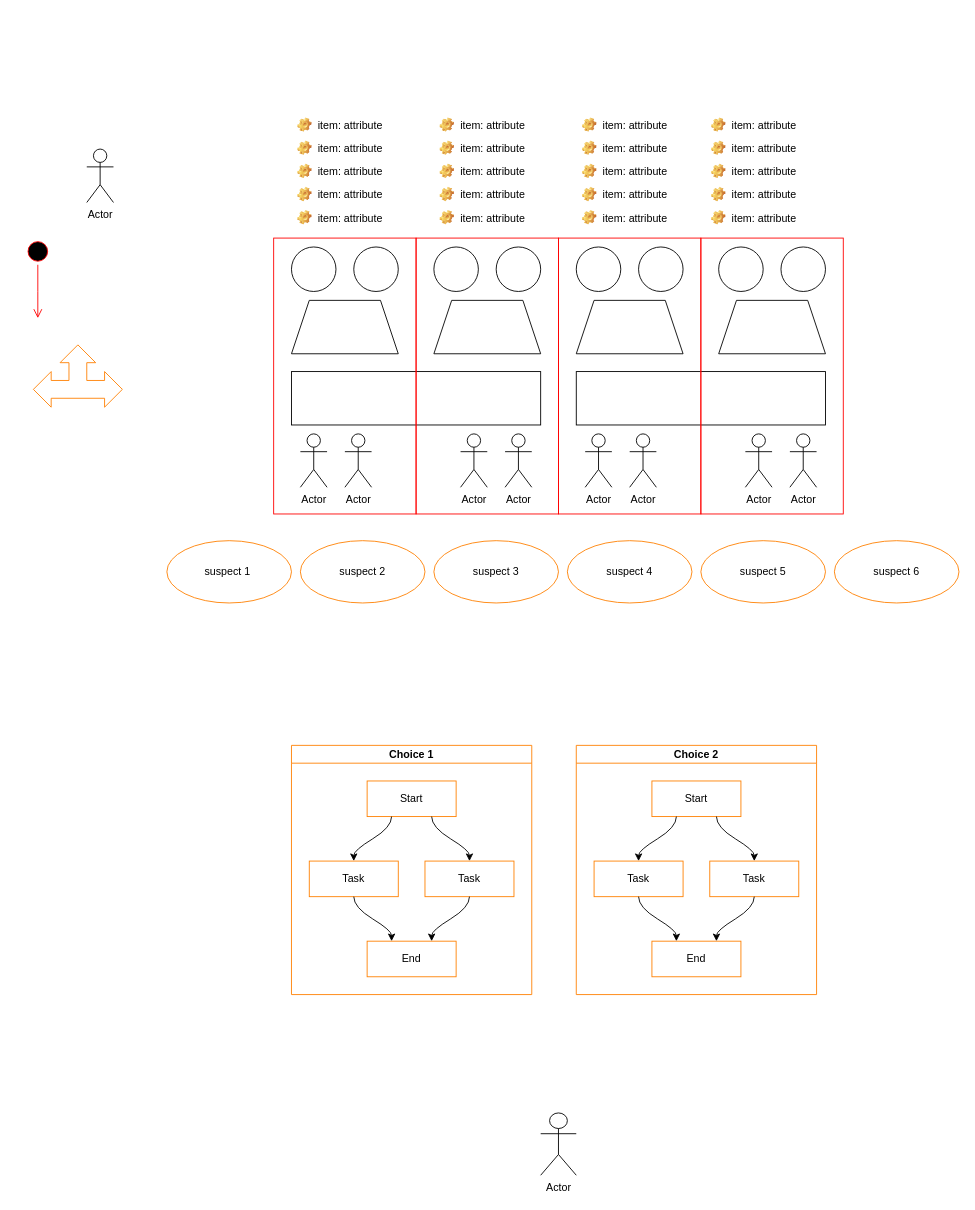
Earlier version of the draw.io diagram Untitled Diagram.drawio (schuyler-j/projects). Source tidied: cells renumbered, new cells numbered last; positions are measured from the earlier drawing's top-left corner, leaving out a move shared by most shapes. Both pictures are drawn from the tidied source at 89%, with x=0, y=0 at pixel (24, 113).
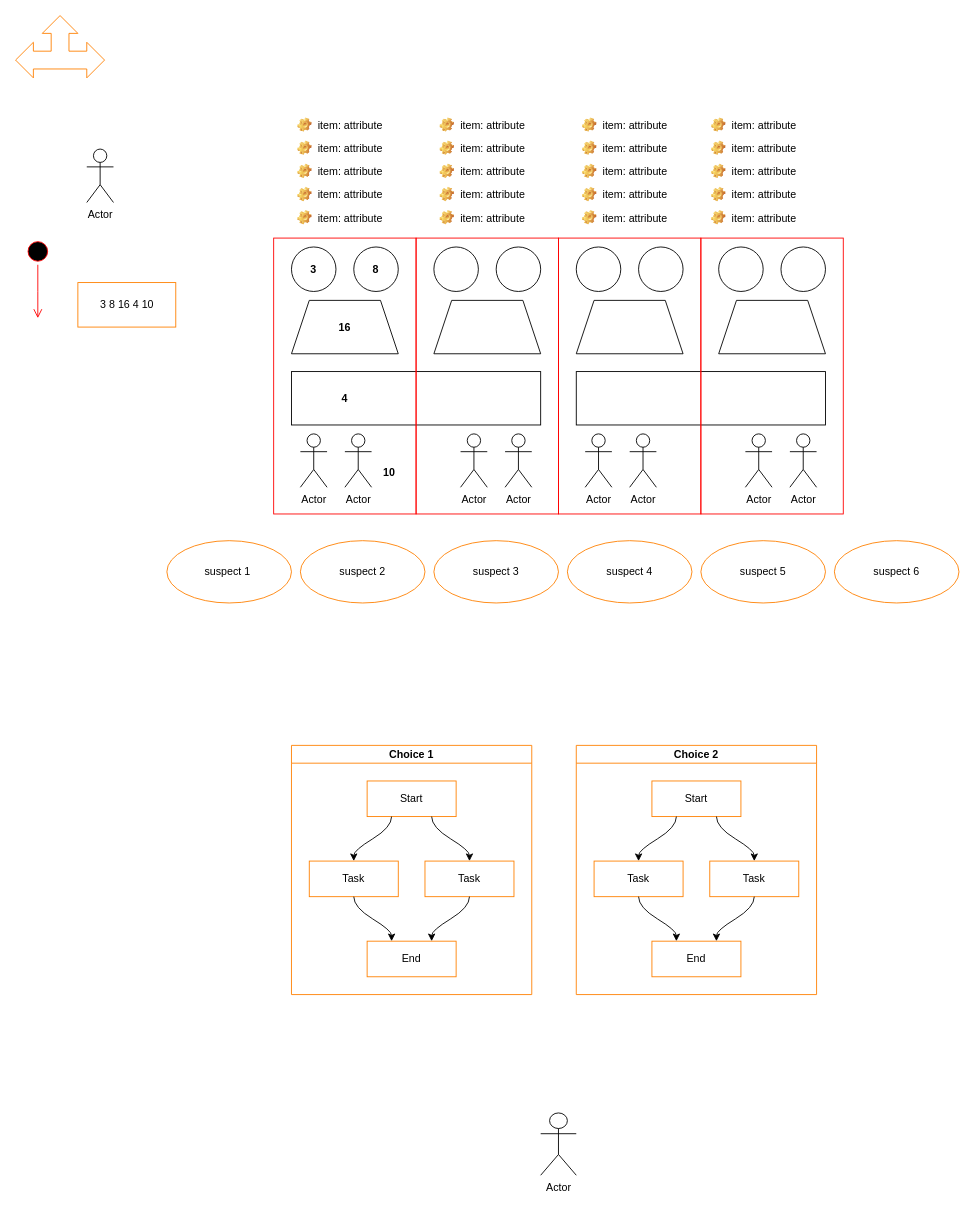
The same diagram, later.

The edit, as a diff of the source:
```diff
@@
     <mxCell id="48" style="html=1;shadow=0;dashed=0;align=center;verticalAlign=middle;shape=mxgraph.arrows2.triadArrow;dy=10;dx=20;arrowHead=40;strokeColor=#FF8000;fillColor=none;" parent="1" vertex="1">
-      <mxGeometry x="10" y="260" width="100" height="70" as="geometry" />
+      <mxGeometry x="-10" y="-110" width="100" height="70" as="geometry" />
     </mxCell>
@@
+    <mxCell id="77" value="3 8 16 4 10" style="html=1;strokeColor=#FF8000;fillColor=none;" parent="1" vertex="1">
+      <mxGeometry x="60" y="190" width="110" height="50" as="geometry" />
+    </mxCell>
+    <mxCell id="78" value="3" style="text;align=center;fontStyle=1;verticalAlign=middle;spacingLeft=3;spacingRight=3;strokeColor=none;fillColor=none;" parent="1" vertex="1">
+      <mxGeometry x="285" y="162" width="80" height="26" as="geometry" />
+    </mxCell>
+    <mxCell id="79" value="8" style="text;align=center;fontStyle=1;verticalAlign=middle;spacingLeft=3;spacingRight=3;strokeColor=none;fillColor=none;" parent="1" vertex="1">
+      <mxGeometry x="355" y="162" width="80" height="26" as="geometry" />
+    </mxCell>
+    <mxCell id="80" value="16" style="text;align=center;fontStyle=1;verticalAlign=middle;spacingLeft=3;spacingRight=3;strokeColor=none;fillColor=none;" parent="1" vertex="1">
+      <mxGeometry x="320" y="227" width="80" height="26" as="geometry" />
+    </mxCell>
+    <mxCell id="81" value="4" style="text;align=center;fontStyle=1;verticalAlign=middle;spacingLeft=3;spacingRight=3;strokeColor=none;fillColor=none;" parent="1" vertex="1">
+      <mxGeometry x="320" y="307" width="80" height="26" as="geometry" />
+    </mxCell>
+    <mxCell id="82" value="10" style="text;align=center;fontStyle=1;verticalAlign=middle;spacingLeft=3;spacingRight=3;strokeColor=none;fillColor=none;" parent="1" vertex="1">
+      <mxGeometry x="370" y="390" width="80" height="26" as="geometry" />
+    </mxCell>
```
